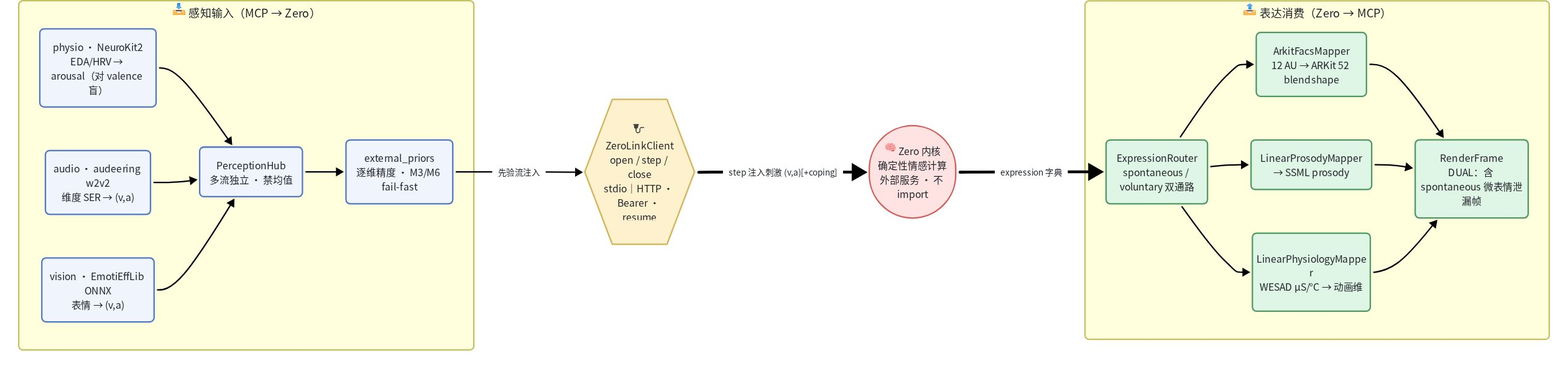
The Mermaid diagram docs/v2/zero-link-dataflow.png in WizardHeHeJun/Zero_MCP, before a commit. Its source is kept beside it as docs/v2/zero-link-dataflow.mmd. Its diagram source:
```mermaid
flowchart LR
  subgraph sense["📥 感知输入（MCP → Zero）"]
    direction TB
    ph["physio · NeuroKit2<br/>EDA/HRV → arousal（对 valence 盲）"]:::client
    au["audio · audeering w2v2<br/>维度 SER → (v,a)"]:::client
    vi["vision · EmotiEffLib ONNX<br/>表情 → (v,a)"]:::client
    hub["PerceptionHub<br/>多流独立 · 禁均值"]:::client
    ep["external_priors<br/>逐维精度 · M3/M6 fail-fast"]:::client
    ph --> hub
    au --> hub
    vi --> hub
    hub --> ep
  end

  client{{"🔌 ZeroLinkClient<br/>open / step / close<br/>stdio｜HTTP · Bearer · resume"}}:::proto
  zero(["🧠 Zero 内核<br/>确定性情感计算<br/>外部服务 · 不 import"]):::engine

  subgraph express["📤 表达消费（Zero → MCP）"]
    direction TB
    router["ExpressionRouter<br/>spontaneous / voluntary 双通路"]:::sink
    fmap["ArkitFacsMapper<br/>12 AU → ARKit 52 blendshape"]:::sink
    pmap["LinearProsodyMapper<br/>→ SSML prosody"]:::sink
    ymap["LinearPhysiologyMapper<br/>WESAD μS/°C → 动画维"]:::sink
    frame["RenderFrame<br/>DUAL：含 spontaneous 微表情泄漏帧"]:::sink
    router --> fmap --> frame
    router --> pmap --> frame
    router --> ymap --> frame
  end

  ep -->|"先验流注入"| client
  client ==>|"step 注入刺激 (v,a)[+coping]"| zero
  zero ==>|"expression 字典"| router

  classDef client fill:#F0F4FC,stroke:#5178C6,color:#1F2329
  classDef proto fill:#FEF1CE,stroke:#D4B45B,color:#1F2329
  classDef engine fill:#FEE3E2,stroke:#D25D5A,color:#1F2329
  classDef sink fill:#DFF5E5,stroke:#509863,color:#1F2329
```
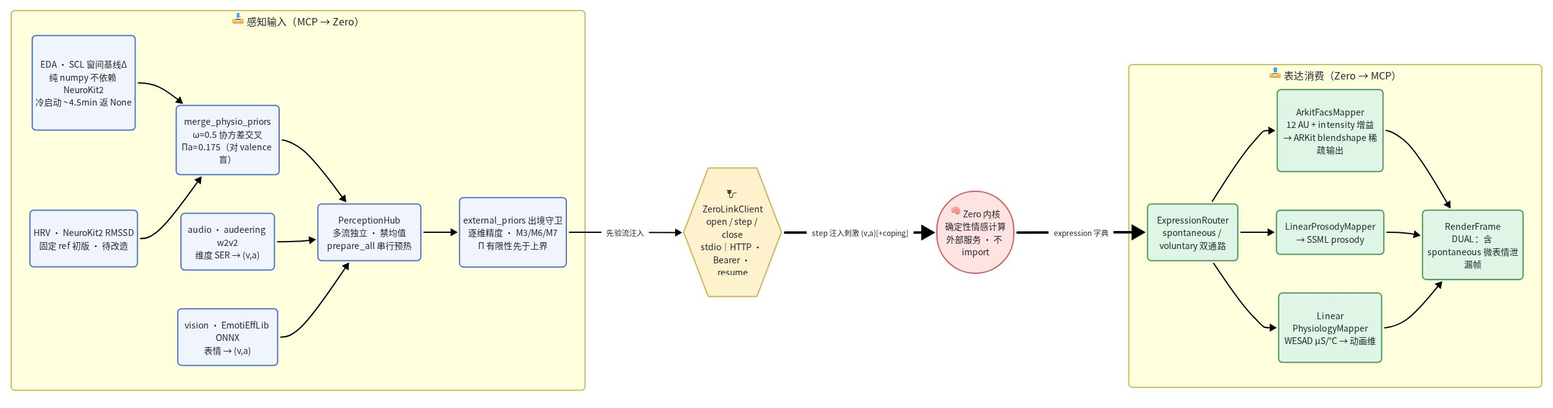
After the commit.

Commit message:
docs: 文档面全量对齐代码——EDA v2 换代 / 持久化线 / 三张架构图

Diff of the diagram source:
```diff
@@ -1,12 +1,16 @@
 flowchart LR
   subgraph sense["📥 感知输入（MCP → Zero）"]
     direction TB
-    ph["physio · NeuroKit2<br/>EDA/HRV → arousal（对 valence 盲）"]:::client
+    eda["EDA · SCL 窗间基线Δ<br/>纯 numpy 不依赖 NeuroKit2<br/>冷启动 ~4.5min 返 None"]:::client
+    hrv["HRV · NeuroKit2 RMSSD<br/>固定 ref 初版 · 待改造"]:::client
+    mrg["merge_physio_priors<br/>ω=0.5 协方差交叉<br/>Πa=0.175（对 valence 盲）"]:::client
     au["audio · audeering w2v2<br/>维度 SER → (v,a)"]:::client
     vi["vision · EmotiEffLib ONNX<br/>表情 → (v,a)"]:::client
-    hub["PerceptionHub<br/>多流独立 · 禁均值"]:::client
-    ep["external_priors<br/>逐维精度 · M3/M6 fail-fast"]:::client
-    ph --> hub
+    hub["PerceptionHub<br/>多流独立 · 禁均值<br/>prepare_all 串行预热"]:::client
+    ep["external_priors 出境守卫<br/>逐维精度 · M3/M6/M7<br/>Π 有限性先于上界"]:::client
+    eda --> mrg
+    hrv --> mrg
+    mrg --> hub
     au --> hub
     vi --> hub
     hub --> ep
@@ -18,9 +22,9 @@
   subgraph express["📤 表达消费（Zero → MCP）"]
     direction TB
     router["ExpressionRouter<br/>spontaneous / voluntary 双通路"]:::sink
-    fmap["ArkitFacsMapper<br/>12 AU → ARKit 52 blendshape"]:::sink
+    fmap["ArkitFacsMapper<br/>12 AU + intensity 增益<br/>→ ARKit blendshape 稀疏输出"]:::sink
     pmap["LinearProsodyMapper<br/>→ SSML prosody"]:::sink
-    ymap["LinearPhysiologyMapper<br/>WESAD μS/°C → 动画维"]:::sink
+    ymap["Linear<br/>PhysiologyMapper<br/>WESAD μS/°C → 动画维"]:::sink
     frame["RenderFrame<br/>DUAL：含 spontaneous 微表情泄漏帧"]:::sink
     router --> fmap --> frame
     router --> pmap --> frame
```
